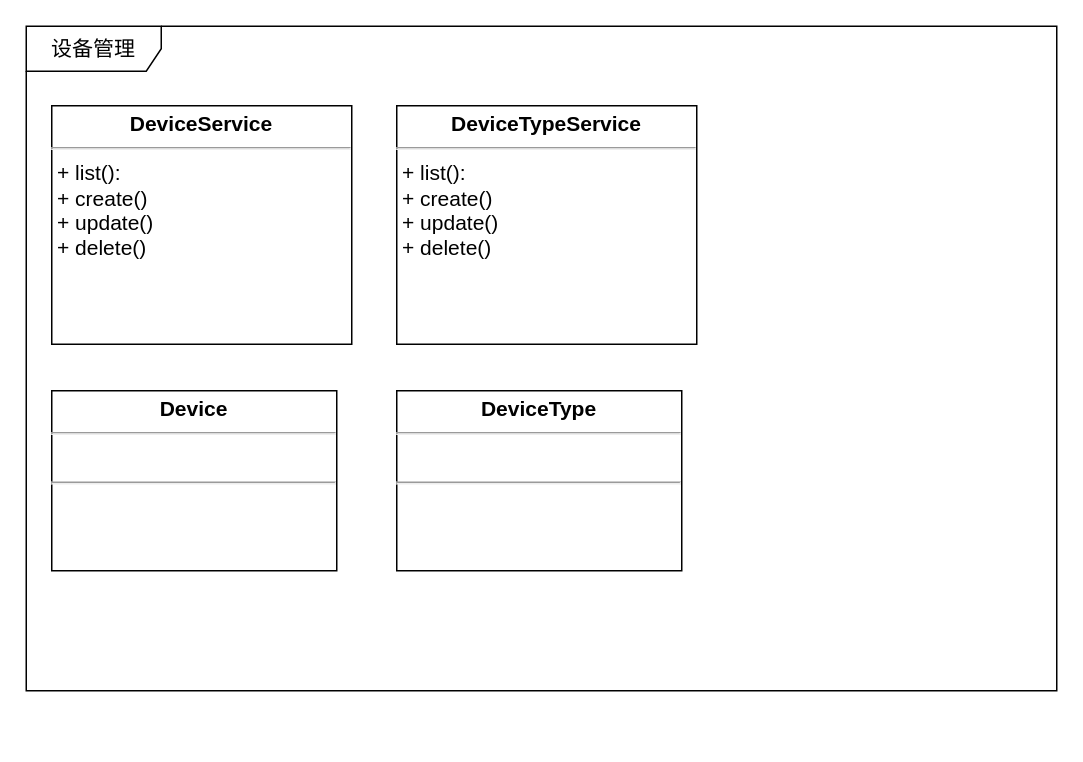
This is IOTManage/class-device.drawio from waterwatermelon/graph, a draw.io file, before an edit. Source tidied: cells renumbered, new cells numbered last; positions are measured from the earlier drawing's top-left corner, leaving out a move shared by most shapes. Both pictures are drawn from the tidied source at 150%, with x=0, y=0 at pixel (26, 26).
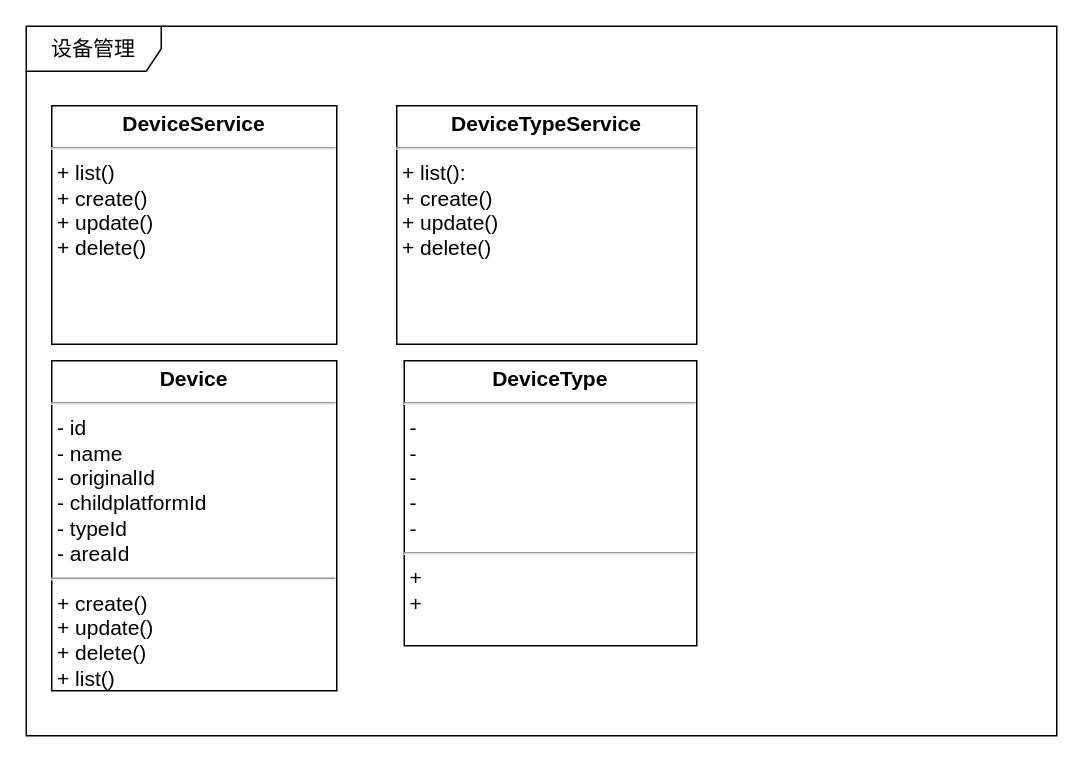
Above is the later version.

What changed in the source:
```diff
@@
 <mxGraphModel>
   <root>
     <mxCell id="0" />
     <mxCell id="1" parent="0" />
     <mxCell id="2" value="设备管理" style="shape=umlFrame;whiteSpace=wrap;html=1;rounded=0;shadow=0;comic=0;labelBackgroundColor=none;strokeColor=#000000;strokeWidth=1;fillColor=#ffffff;fontFamily=Verdana;fontSize=14;fontColor=#000000;align=center;width=90;height=30;" parent="1" vertex="1">
-      <mxGeometry width="687" height="443" as="geometry" />
+      <mxGeometry width="687" height="473" as="geometry" />
     </mxCell>
-    <mxCell id="3" value="&lt;p style=&quot;margin: 4px 0px 0px ; text-align: center ; font-size: 14px&quot;&gt;&lt;b&gt;DeviceService&lt;/b&gt;&lt;/p&gt;&lt;hr style=&quot;font-size: 14px&quot;&gt;&lt;p style=&quot;margin: 0px 0px 0px 4px ; font-size: 14px&quot;&gt;+ list():&lt;/p&gt;&lt;p style=&quot;margin: 0px 0px 0px 4px ; font-size: 14px&quot;&gt;&lt;span&gt;+ create()&lt;/span&gt;&lt;br&gt;&lt;/p&gt;&lt;p style=&quot;margin: 0px 0px 0px 4px ; font-size: 14px&quot;&gt;+ update()&lt;/p&gt;&lt;p style=&quot;margin: 0px 0px 0px 4px ; font-size: 14px&quot;&gt;+ delete()&lt;/p&gt;&lt;p style=&quot;margin: 0px 0px 0px 4px ; font-size: 14px&quot;&gt;&lt;br&gt;&lt;/p&gt;" style="verticalAlign=top;align=left;overflow=fill;fontSize=14;fontFamily=Helvetica;html=1;" parent="1" vertex="1">
-      <mxGeometry x="17" y="53" width="200" height="159" as="geometry" />
+    <mxCell id="3" value="&lt;p style=&quot;margin: 4px 0px 0px ; text-align: center ; font-size: 14px&quot;&gt;&lt;b&gt;DeviceService&lt;/b&gt;&lt;/p&gt;&lt;hr style=&quot;font-size: 14px&quot;&gt;&lt;p style=&quot;margin: 0px 0px 0px 4px ; font-size: 14px&quot;&gt;+ list()&lt;/p&gt;&lt;p style=&quot;margin: 0px 0px 0px 4px ; font-size: 14px&quot;&gt;&lt;span&gt;+ create()&lt;/span&gt;&lt;br&gt;&lt;/p&gt;&lt;p style=&quot;margin: 0px 0px 0px 4px ; font-size: 14px&quot;&gt;+ update()&lt;/p&gt;&lt;p style=&quot;margin: 0px 0px 0px 4px ; font-size: 14px&quot;&gt;+ delete()&lt;/p&gt;&lt;p style=&quot;margin: 0px 0px 0px 4px ; font-size: 14px&quot;&gt;&lt;br&gt;&lt;/p&gt;" style="verticalAlign=top;align=left;overflow=fill;fontSize=14;fontFamily=Helvetica;html=1;" parent="1" vertex="1">
+      <mxGeometry x="17" y="53" width="190" height="159" as="geometry" />
     </mxCell>
-    <mxCell id="4" value="&lt;p style=&quot;margin: 4px 0px 0px ; text-align: center ; font-size: 14px&quot;&gt;&lt;b&gt;Device&lt;/b&gt;&lt;/p&gt;&lt;hr style=&quot;font-size: 14px&quot;&gt;&lt;p style=&quot;margin: 0px 0px 0px 4px ; font-size: 14px&quot;&gt;&lt;br&gt;&lt;/p&gt;&lt;hr style=&quot;font-size: 14px&quot;&gt;&lt;p style=&quot;margin: 0px 0px 0px 4px ; font-size: 14px&quot;&gt;&lt;br&gt;&lt;/p&gt;" style="verticalAlign=top;align=left;overflow=fill;fontSize=14;fontFamily=Helvetica;html=1;" parent="1" vertex="1">
-      <mxGeometry x="17" y="243" width="190" height="120" as="geometry" />
+    <mxCell id="4" value="&lt;p style=&quot;margin: 4px 0px 0px ; text-align: center ; font-size: 14px&quot;&gt;&lt;b&gt;Device&lt;/b&gt;&lt;/p&gt;&lt;hr style=&quot;font-size: 14px&quot;&gt;&lt;p style=&quot;margin: 0px 0px 0px 4px ; font-size: 14px&quot;&gt;- id&lt;/p&gt;&lt;p style=&quot;margin: 0px 0px 0px 4px ; font-size: 14px&quot;&gt;- name&lt;/p&gt;&lt;p style=&quot;margin: 0px 0px 0px 4px ; font-size: 14px&quot;&gt;- originalId&lt;/p&gt;&lt;p style=&quot;margin: 0px 0px 0px 4px ; font-size: 14px&quot;&gt;- childplatformId&lt;/p&gt;&lt;p style=&quot;margin: 0px 0px 0px 4px ; font-size: 14px&quot;&gt;- typeId&lt;/p&gt;&lt;p style=&quot;margin: 0px 0px 0px 4px ; font-size: 14px&quot;&gt;- areaId&lt;/p&gt;&lt;hr style=&quot;font-size: 14px&quot;&gt;&lt;p style=&quot;margin: 0px 0px 0px 4px ; font-size: 14px&quot;&gt;+ create()&lt;/p&gt;&lt;p style=&quot;margin: 0px 0px 0px 4px ; font-size: 14px&quot;&gt;+ update()&lt;/p&gt;&lt;p style=&quot;margin: 0px 0px 0px 4px ; font-size: 14px&quot;&gt;+ delete()&lt;/p&gt;&lt;p style=&quot;margin: 0px 0px 0px 4px ; font-size: 14px&quot;&gt;+ list()&lt;/p&gt;" style="verticalAlign=top;align=left;overflow=fill;fontSize=14;fontFamily=Helvetica;html=1;" parent="1" vertex="1">
+      <mxGeometry x="17" y="223" width="190" height="220" as="geometry" />
     </mxCell>
-    <mxCell id="5" value="&lt;p style=&quot;margin: 4px 0px 0px ; text-align: center ; font-size: 14px&quot;&gt;&lt;b&gt;DeviceType&lt;/b&gt;&lt;/p&gt;&lt;hr style=&quot;font-size: 14px&quot;&gt;&lt;p style=&quot;margin: 0px 0px 0px 4px ; font-size: 14px&quot;&gt;&lt;br&gt;&lt;/p&gt;&lt;hr style=&quot;font-size: 14px&quot;&gt;&lt;p style=&quot;margin: 0px 0px 0px 4px ; font-size: 14px&quot;&gt;&lt;br&gt;&lt;/p&gt;" style="verticalAlign=top;align=left;overflow=fill;fontSize=14;fontFamily=Helvetica;html=1;" parent="1" vertex="1">
-      <mxGeometry x="247" y="243" width="190" height="120" as="geometry" />
+    <mxCell id="5" value="&lt;p style=&quot;margin: 4px 0px 0px ; text-align: center ; font-size: 14px&quot;&gt;&lt;b&gt;DeviceType&lt;/b&gt;&lt;/p&gt;&lt;hr style=&quot;font-size: 14px&quot;&gt;&lt;p style=&quot;margin: 0px 0px 0px 4px ; font-size: 14px&quot;&gt;-&amp;nbsp;&lt;/p&gt;&lt;p style=&quot;margin: 0px 0px 0px 4px ; font-size: 14px&quot;&gt;-&amp;nbsp;&lt;/p&gt;&lt;p style=&quot;margin: 0px 0px 0px 4px ; font-size: 14px&quot;&gt;-&amp;nbsp;&lt;/p&gt;&lt;p style=&quot;margin: 0px 0px 0px 4px ; font-size: 14px&quot;&gt;-&amp;nbsp;&lt;/p&gt;&lt;p style=&quot;margin: 0px 0px 0px 4px ; font-size: 14px&quot;&gt;-&amp;nbsp;&lt;/p&gt;&lt;hr style=&quot;font-size: 14px&quot;&gt;&lt;p style=&quot;margin: 0px 0px 0px 4px ; font-size: 14px&quot;&gt;+&lt;/p&gt;&lt;p style=&quot;margin: 0px 0px 0px 4px ; font-size: 14px&quot;&gt;+&lt;/p&gt;" style="verticalAlign=top;align=left;overflow=fill;fontSize=14;fontFamily=Helvetica;html=1;" parent="1" vertex="1">
+      <mxGeometry x="252" y="223" width="195" height="190" as="geometry" />
     </mxCell>
     <mxCell id="6" value="&lt;p style=&quot;margin: 4px 0px 0px ; text-align: center ; font-size: 14px&quot;&gt;&lt;b&gt;DeviceTypeService&lt;/b&gt;&lt;/p&gt;&lt;hr style=&quot;font-size: 14px&quot;&gt;&lt;p style=&quot;margin: 0px 0px 0px 4px ; font-size: 14px&quot;&gt;+ list():&lt;/p&gt;&lt;p style=&quot;margin: 0px 0px 0px 4px ; font-size: 14px&quot;&gt;&lt;span&gt;+ create()&lt;/span&gt;&lt;br&gt;&lt;/p&gt;&lt;p style=&quot;margin: 0px 0px 0px 4px ; font-size: 14px&quot;&gt;+ update()&lt;/p&gt;&lt;p style=&quot;margin: 0px 0px 0px 4px ; font-size: 14px&quot;&gt;+ delete()&lt;/p&gt;&lt;p style=&quot;margin: 0px 0px 0px 4px ; font-size: 14px&quot;&gt;&lt;br&gt;&lt;/p&gt;" style="verticalAlign=top;align=left;overflow=fill;fontSize=14;fontFamily=Helvetica;html=1;" parent="1" vertex="1">
       <mxGeometry x="247" y="53" width="200" height="159" as="geometry" />
     </mxCell>
   </root>
 </mxGraphModel>
```
